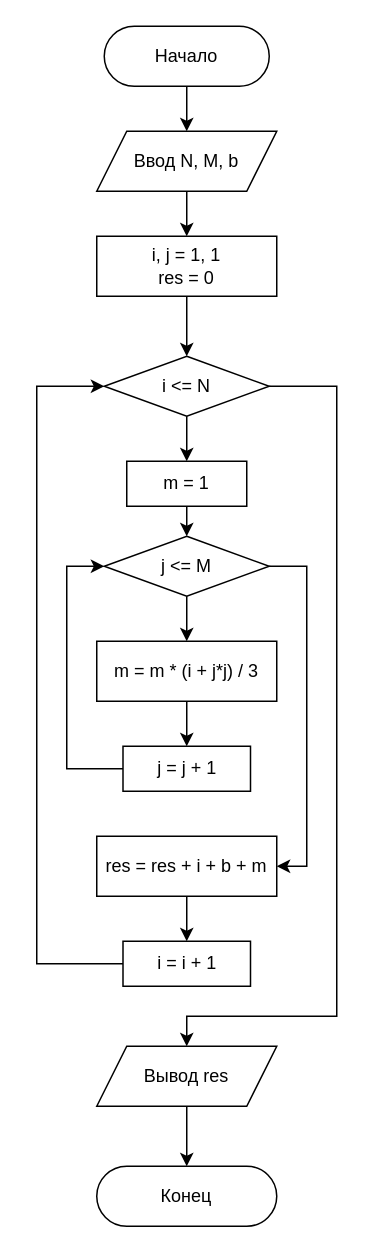
This is Semester-2/Программирование (15)/Отчёты/3.2.drawio from JustyDev/University, a draw.io file, before an edit. Source tidied: cells renumbered, new cells numbered last; positions are measured from the earlier drawing's top-left corner, leaving out a move shared by most shapes. Both pictures are drawn from the tidied source at 150%, with x=0, y=0 at pixel (36, 26).
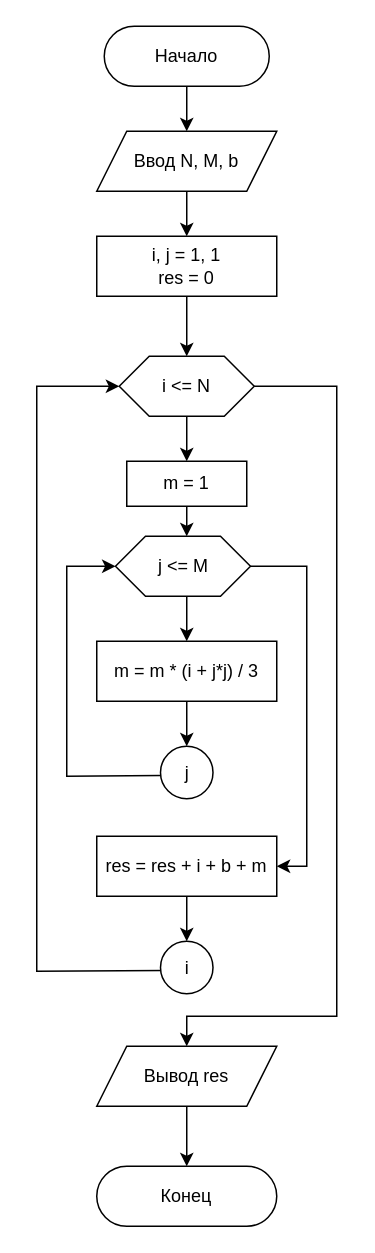
Above is the later version.

The change refers to these unchanged cells:
```xml
<mxCell id="6" value="i, j = 1, 1&lt;div&gt;res = 0&lt;/div&gt;" style="rounded=0;whiteSpace=wrap;html=1;" parent="1" vertex="1">
  <mxGeometry x="40" y="140" width="120" height="40" as="geometry" />
</mxCell>
<mxCell id="7" value="res = res + i + b + m" style="rounded=0;whiteSpace=wrap;html=1;" parent="1" vertex="1">
  <mxGeometry x="40" y="540" width="120" height="40" as="geometry" />
</mxCell>
<mxCell id="13" value="Вывод res" style="shape=parallelogram;perimeter=parallelogramPerimeter;whiteSpace=wrap;html=1;fixedSize=1;" parent="1" vertex="1">
  <mxGeometry x="40" y="680" width="120" height="40" as="geometry" />
</mxCell>
<mxCell id="16" value="m = 1" style="rounded=0;whiteSpace=wrap;html=1;" parent="1" vertex="1">
  <mxGeometry x="60" y="290" width="80" height="30" as="geometry" />
</mxCell>
```

The edit, as a diff of the source:
```diff
@@
-    <mxCell id="4" value="i &amp;lt;= N" style="rhombus;whiteSpace=wrap;html=1;" parent="1" vertex="1">
-      <mxGeometry x="45" y="220" width="110" height="40" as="geometry" />
-    </mxCell>
-    <mxCell id="5" style="endArrow=classic;html=1;rounded=0;exitX=0.5;exitY=1;exitDx=0;exitDy=0;entryX=0.5;entryY=0;entryDx=0;entryDy=0;" parent="1" edge="1" source="4" target="16">
-      <mxGeometry relative="1" as="geometry" />
-    </mxCell>
+    <mxCell id="27" style="endArrow=classic;html=1;rounded=0;exitX=0.5;exitY=1;exitDx=0;exitDy=0;entryX=0.5;entryY=0;entryDx=0;entryDy=0;" parent="1" edge="1" target="16">
+      <mxGeometry relative="1" as="geometry">
+        <mxPoint x="100" y="260" as="sourcePoint" />
+      </mxGeometry>
+    </mxCell>
@@
-    <mxCell id="8" value="i = i + 1" style="rounded=0;whiteSpace=wrap;html=1;" parent="1" vertex="1">
-      <mxGeometry x="57.5" y="610" width="85" height="30" as="geometry" />
-    </mxCell>
-    <mxCell id="9" style="endArrow=classic;html=1;rounded=0;exitX=0.5;exitY=1;exitDx=0;exitDy=0;" parent="1" edge="1" source="7" target="8">
-      <mxGeometry relative="1" as="geometry" />
-    </mxCell>
-    <mxCell id="10" style="endArrow=classic;html=1;rounded=0;exitX=0;exitY=0.5;exitDx=0;exitDy=0;entryX=0;entryY=0.5;entryDx=0;entryDy=0;" parent="1" edge="1" source="8" target="4">
-      <mxGeometry relative="1" as="geometry">
-        <Array as="points">
-          <mxPoint y="625" />
-          <mxPoint y="240" />
-        </Array>
-      </mxGeometry>
-    </mxCell>
+    <mxCell id="28" style="endArrow=classic;html=1;rounded=0;exitX=0.5;exitY=1;exitDx=0;exitDy=0;" parent="1" edge="1" source="7">
+      <mxGeometry relative="1" as="geometry">
+        <mxPoint x="100" y="610" as="targetPoint" />
+      </mxGeometry>
+    </mxCell>
+    <mxCell id="29" style="endArrow=classic;html=1;rounded=0;exitX=0.064;exitY=0.559;exitDx=0;exitDy=0;entryX=0;entryY=0.5;entryDx=0;entryDy=0;exitPerimeter=0;" parent="1" edge="1" source="36" target="4">
+      <mxGeometry relative="1" as="geometry">
+        <Array as="points">
+          <mxPoint y="630" />
+          <mxPoint y="240" />
+        </Array>
+      </mxGeometry>
+    </mxCell>
@@
+    <mxCell id="18" value="m = m * (i + j*j) / 3" style="rounded=0;whiteSpace=wrap;html=1;" parent="1" vertex="1">
+      <mxGeometry x="40" y="410" width="120" height="40" as="geometry" />
+    </mxCell>
+    <mxCell id="30" style="endArrow=classic;html=1;rounded=0;exitX=0.5;exitY=1;exitDx=0;exitDy=0;entryX=0.5;entryY=0;entryDx=0;entryDy=0;" parent="1" edge="1" target="18">
+      <mxGeometry relative="1" as="geometry">
+        <mxPoint x="100" y="380" as="sourcePoint" />
+      </mxGeometry>
+    </mxCell>
+    <mxCell id="21" style="endArrow=classic;html=1;rounded=0;exitX=1;exitY=0.5;exitDx=0;exitDy=0;entryX=1;entryY=0.5;entryDx=0;entryDy=0;" parent="1" edge="1" source="17" target="7">
+      <mxGeometry relative="1" as="geometry">
+        <Array as="points">
+          <mxPoint x="180" y="360" />
+          <mxPoint x="180" y="560" />
+        </Array>
+      </mxGeometry>
+    </mxCell>
+    <mxCell id="31" style="endArrow=classic;html=1;rounded=0;exitX=0.011;exitY=0.559;exitDx=0;exitDy=0;entryX=0;entryY=0.5;entryDx=0;entryDy=0;exitPerimeter=0;" parent="1" edge="1" source="35" target="17">
+      <mxGeometry relative="1" as="geometry">
+        <Array as="points">
+          <mxPoint x="20" y="500" />
+          <mxPoint x="20" y="360" />
+        </Array>
+      </mxGeometry>
+    </mxCell>
+    <mxCell id="32" style="endArrow=classic;html=1;rounded=0;exitX=0.5;exitY=1;exitDx=0;exitDy=0;entryX=0.5;entryY=0;entryDx=0;entryDy=0;" parent="1" edge="1" source="18">
+      <mxGeometry relative="1" as="geometry">
+        <mxPoint x="100" y="480" as="targetPoint" />
+      </mxGeometry>
+    </mxCell>
+    <mxCell id="24" style="endArrow=classic;html=1;rounded=0;exitX=1;exitY=0.5;exitDx=0;exitDy=0;entryX=0.5;entryY=0;entryDx=0;entryDy=0;" parent="1" edge="1" source="4" target="13">
+      <mxGeometry relative="1" as="geometry">
+        <Array as="points">
+          <mxPoint x="200" y="240" />
+          <mxPoint x="200" y="660" />
+          <mxPoint x="100" y="660" />
+        </Array>
+      </mxGeometry>
+    </mxCell>
+    <mxCell id="33" style="endArrow=classic;html=1;rounded=0;exitX=0.5;exitY=1;exitDx=0;exitDy=0;entryX=0.5;entryY=0;entryDx=0;entryDy=0;" parent="1" edge="1" source="6">
+      <mxGeometry relative="1" as="geometry">
+        <mxPoint x="100" y="220" as="targetPoint" />
+      </mxGeometry>
+    </mxCell>
+    <mxCell id="34" style="endArrow=classic;html=1;rounded=0;exitX=0.5;exitY=1;exitDx=0;exitDy=0;entryX=0.5;entryY=0;entryDx=0;entryDy=0;" parent="1" edge="1" source="16">
+      <mxGeometry relative="1" as="geometry">
+        <mxPoint x="100" y="340" as="targetPoint" />
+      </mxGeometry>
+    </mxCell>
+    <mxCell id="4" value="i &amp;lt;= N" style="shape=hexagon;perimeter=hexagonPerimeter2;whiteSpace=wrap;html=1;fixedSize=1;" parent="1" vertex="1">
+      <mxGeometry x="55" y="220" width="90" height="40" as="geometry" />
+    </mxCell>
-    <mxCell id="17" value="j &amp;lt;= M" style="rhombus;whiteSpace=wrap;html=1;" parent="1" vertex="1">
-      <mxGeometry x="45" y="340" width="110" height="40" as="geometry" />
+    <mxCell id="17" value="j &amp;lt;= M" style="shape=hexagon;perimeter=hexagonPerimeter2;whiteSpace=wrap;html=1;fixedSize=1;" parent="1" vertex="1">
+      <mxGeometry x="52.5" y="340" width="90" height="40" as="geometry" />
     </mxCell>
-    <mxCell id="18" value="m = m * (i + j*j) / 3" style="rounded=0;whiteSpace=wrap;html=1;" parent="1" vertex="1">
-      <mxGeometry x="40" y="410" width="120" height="40" as="geometry" />
-    </mxCell>
-    <mxCell id="19" value="j = j + 1" style="rounded=0;whiteSpace=wrap;html=1;" parent="1" vertex="1">
-      <mxGeometry x="57.5" y="480" width="85" height="30" as="geometry" />
-    </mxCell>
-    <mxCell id="20" style="endArrow=classic;html=1;rounded=0;exitX=0.5;exitY=1;exitDx=0;exitDy=0;entryX=0.5;entryY=0;entryDx=0;entryDy=0;" parent="1" edge="1" source="17" target="18">
-      <mxGeometry relative="1" as="geometry" />
-    </mxCell>
-    <mxCell id="21" style="endArrow=classic;html=1;rounded=0;exitX=1;exitY=0.5;exitDx=0;exitDy=0;entryX=1;entryY=0.5;entryDx=0;entryDy=0;" parent="1" edge="1" source="17" target="7">
-      <mxGeometry relative="1" as="geometry">
-        <Array as="points">
-          <mxPoint x="180" y="360" />
-          <mxPoint x="180" y="560" />
-        </Array>
-      </mxGeometry>
-    </mxCell>
-    <mxCell id="22" style="endArrow=classic;html=1;rounded=0;exitX=0;exitY=0.5;exitDx=0;exitDy=0;entryX=0;entryY=0.5;entryDx=0;entryDy=0;" parent="1" edge="1" source="19" target="17">
-      <mxGeometry relative="1" as="geometry">
-        <Array as="points">
-          <mxPoint x="20" y="495" />
-          <mxPoint x="20" y="360" />
-        </Array>
-      </mxGeometry>
-    </mxCell>
-    <mxCell id="23" style="endArrow=classic;html=1;rounded=0;exitX=0.5;exitY=1;exitDx=0;exitDy=0;entryX=0.5;entryY=0;entryDx=0;entryDy=0;" parent="1" edge="1" source="18" target="19">
-      <mxGeometry relative="1" as="geometry" />
-    </mxCell>
-    <mxCell id="24" style="endArrow=classic;html=1;rounded=0;exitX=1;exitY=0.5;exitDx=0;exitDy=0;entryX=0.5;entryY=0;entryDx=0;entryDy=0;" parent="1" edge="1" source="4" target="13">
-      <mxGeometry relative="1" as="geometry">
-        <Array as="points">
-          <mxPoint x="200" y="240" />
-          <mxPoint x="200" y="660" />
-          <mxPoint x="100" y="660" />
-        </Array>
-      </mxGeometry>
-    </mxCell>
-    <mxCell id="25" style="endArrow=classic;html=1;rounded=0;exitX=0.5;exitY=1;exitDx=0;exitDy=0;entryX=0.5;entryY=0;entryDx=0;entryDy=0;" parent="1" edge="1" source="6" target="4">
-      <mxGeometry relative="1" as="geometry" />
-    </mxCell>
-    <mxCell id="26" style="endArrow=classic;html=1;rounded=0;exitX=0.5;exitY=1;exitDx=0;exitDy=0;entryX=0.5;entryY=0;entryDx=0;entryDy=0;" parent="1" edge="1" source="16" target="17">
-      <mxGeometry relative="1" as="geometry" />
-    </mxCell>
+    <mxCell id="35" value="j" style="ellipse;whiteSpace=wrap;html=1;" parent="1" vertex="1">
+      <mxGeometry x="82.5" y="480" width="35" height="35" as="geometry" />
+    </mxCell>
+    <mxCell id="36" value="i" style="ellipse;whiteSpace=wrap;html=1;" parent="1" vertex="1">
+      <mxGeometry x="82.5" y="610" width="35" height="35" as="geometry" />
+    </mxCell>
```
